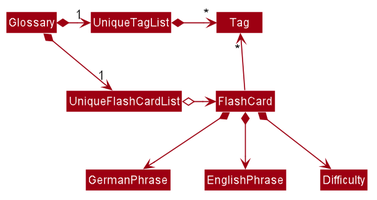
The PlantUML diagram docs/images/BetterModelClassDiagram.png in zhizhizhizhizhi/tp, before a commit.
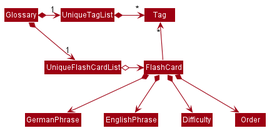
The same diagram one commit later.

Commit message:
Add Order to Model Class Diagrams

Change to the diagram source:
```diff
@@ -64,4 +64,5 @@
 FlashCard *--> GermanPhrase
 FlashCard *--> EnglishPhrase
 FlashCard *--> Difficulty
+FlashCard *--> Order
 @enduml
```
